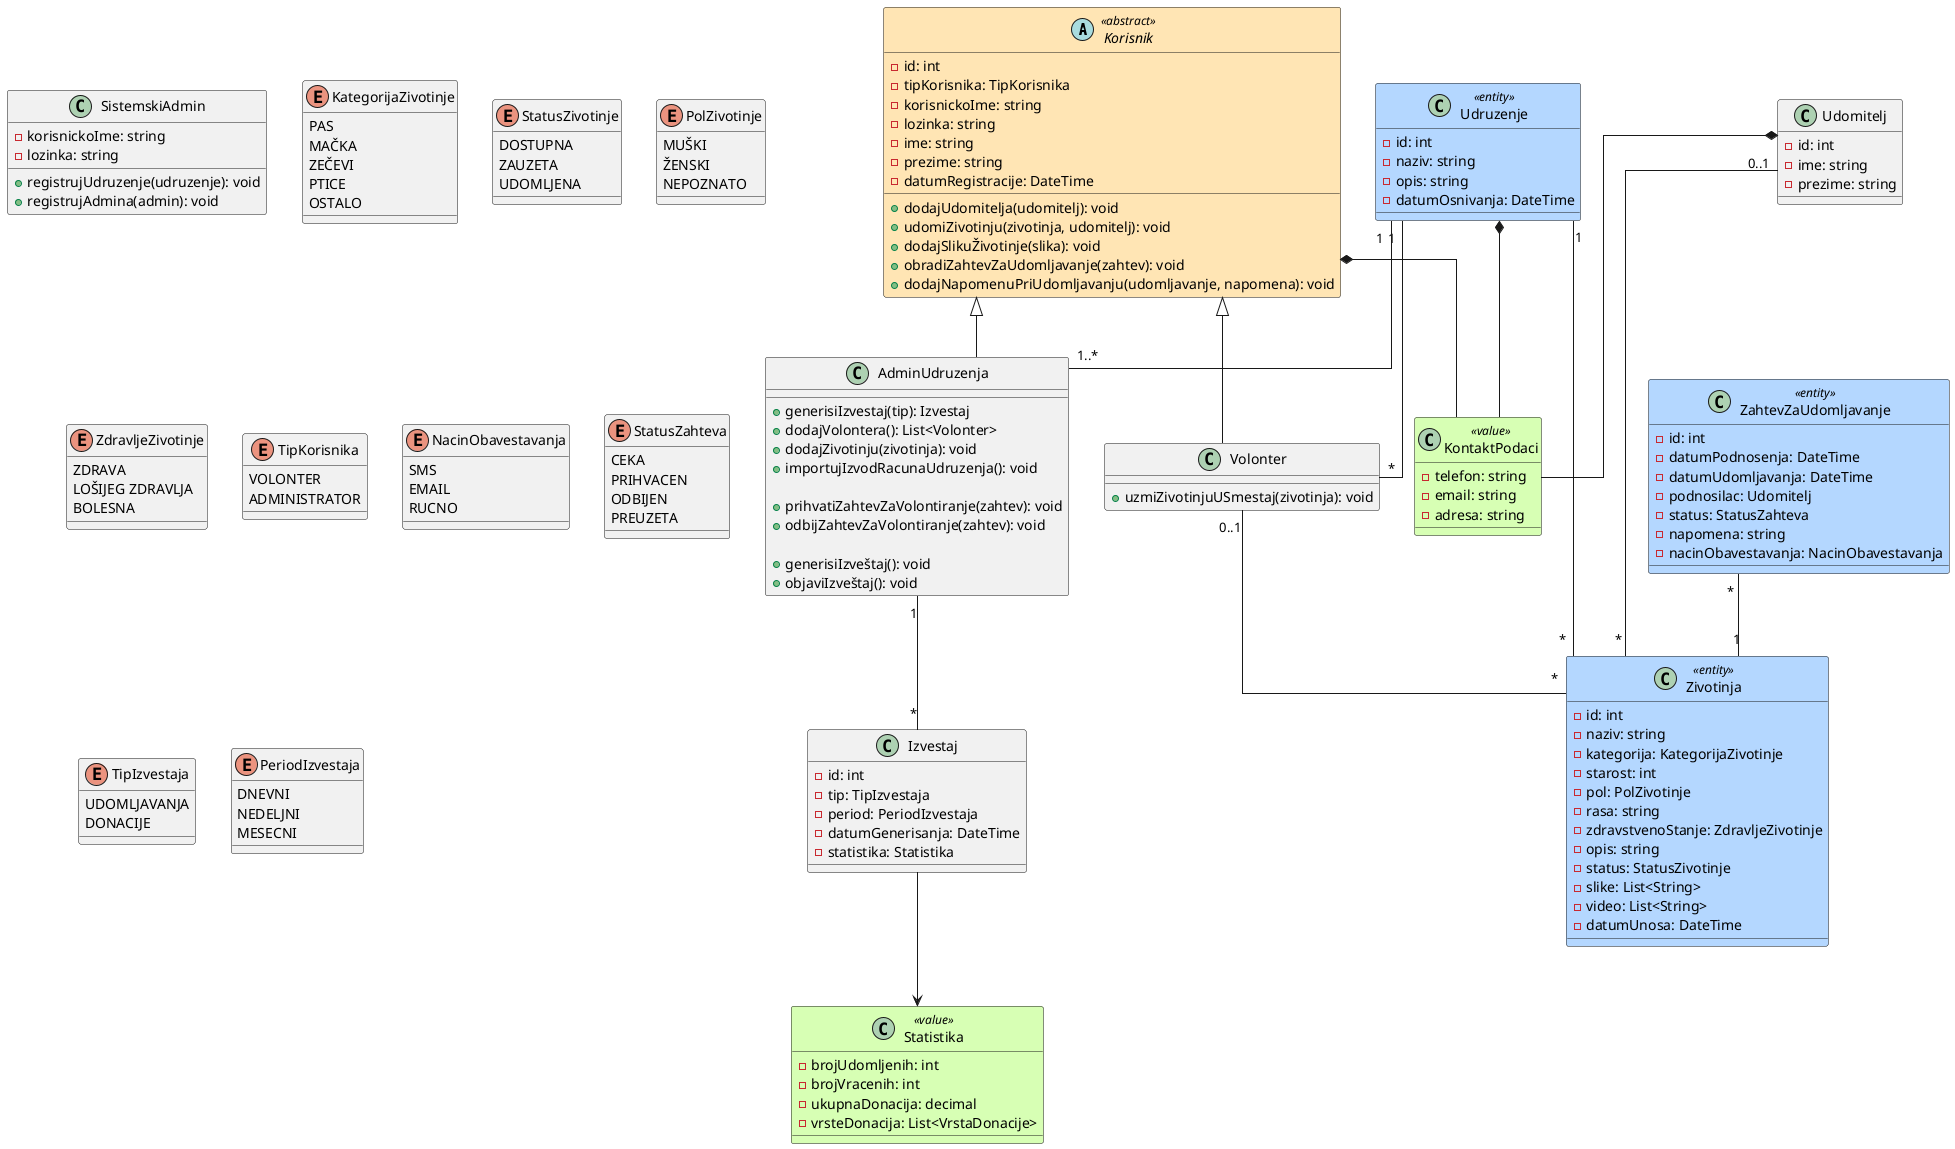
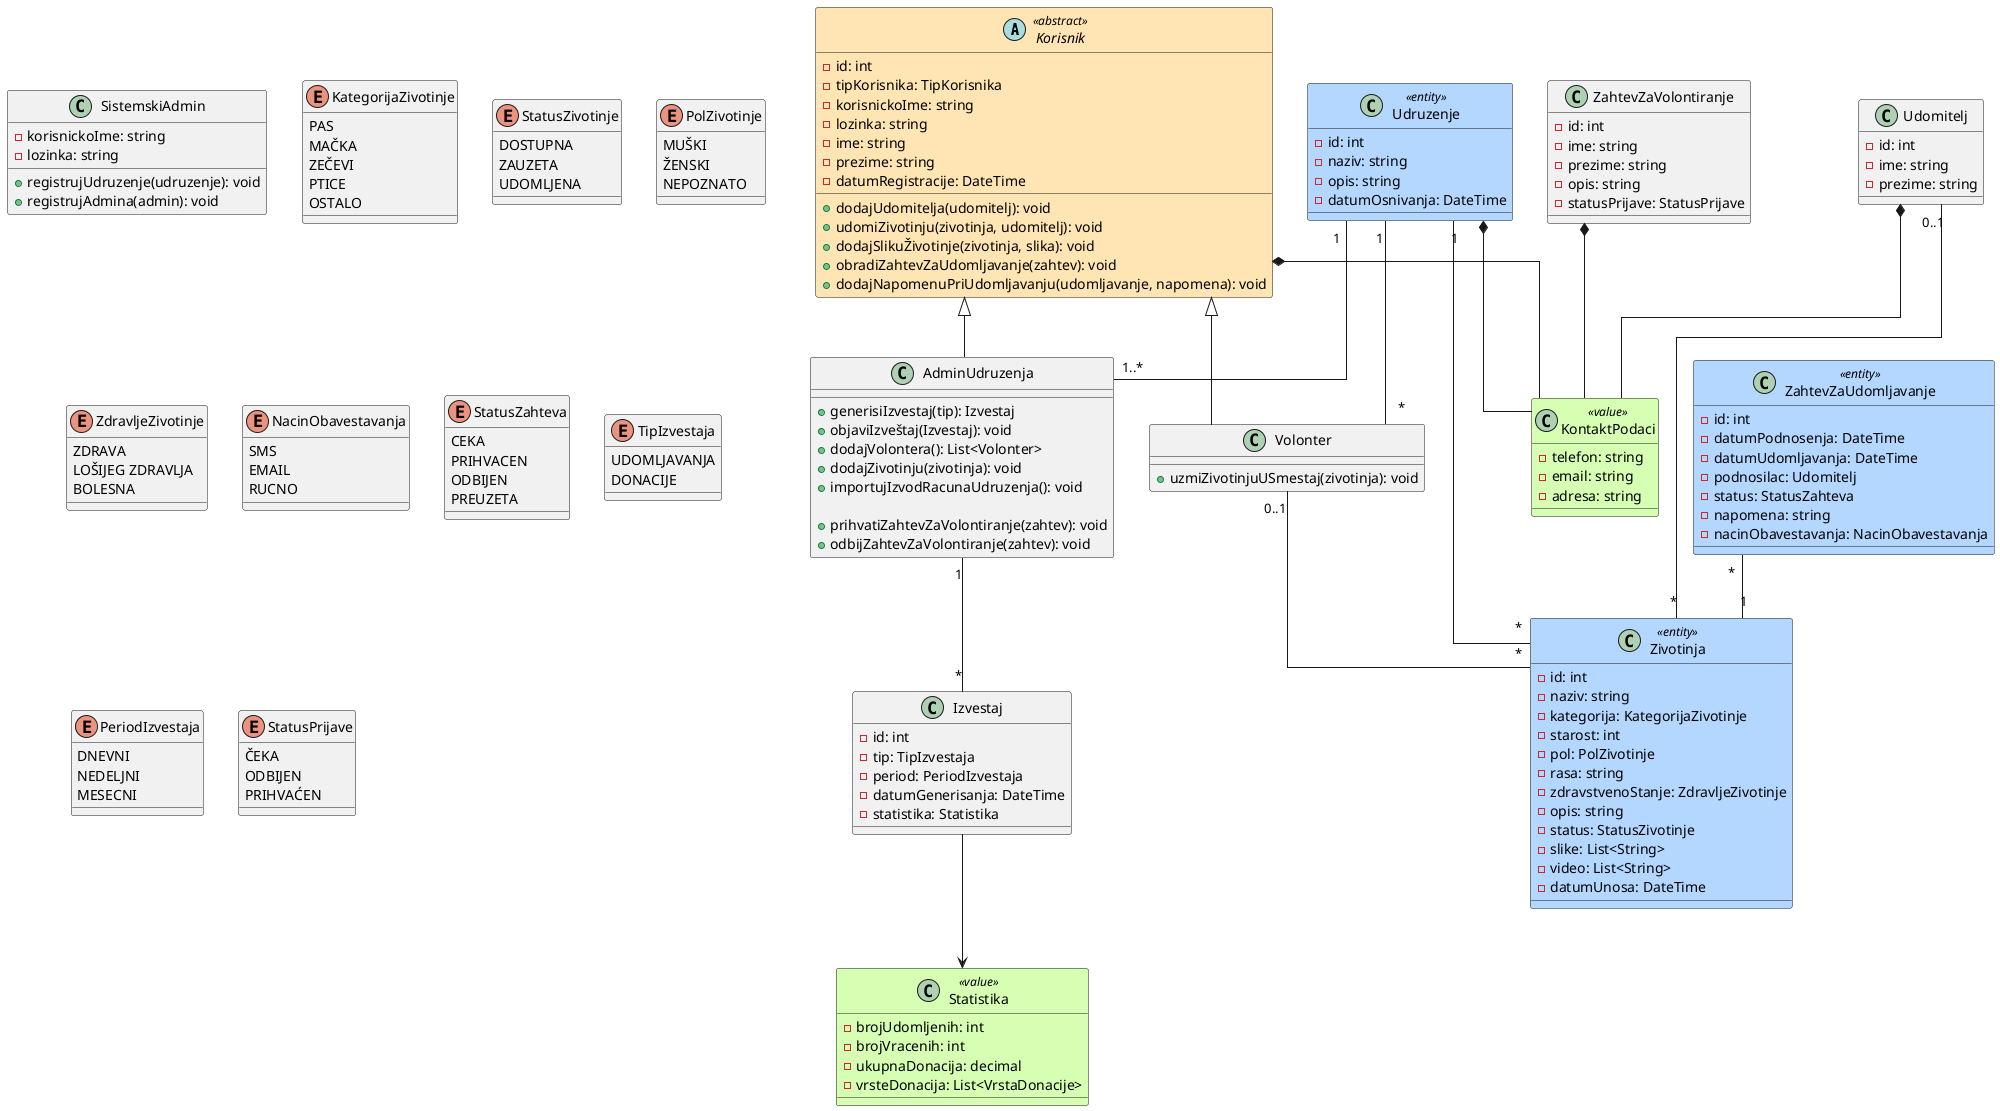
@startuml
!define ABSTRACT_COLOR #FFE5B4
!define ENTITY_COLOR #B4D7FF
!define VALUE_COLOR #D7FFB4

skinparam classBackgroundColor<<abstract>> ABSTRACT_COLOR
skinparam classBackgroundColor<<entity>> ENTITY_COLOR
skinparam classBackgroundColor<<value>> VALUE_COLOR
skinparam linetype ortho

'================ ABSTRACT =================

abstract class Korisnik <<abstract>> {
    - id: int
    - tipKorisnika: TipKorisnika
    - korisnickoIme: string
    - lozinka: string
    - ime: string
    - prezime: string
    - datumRegistracije: DateTime

    + dodajUdomitelja(udomitelj): void
    + udomiZivotinju(zivotinja, udomitelj): void
-     + dodajSlikuŽivotinje(slika): void
+     + dodajSlikuŽivotinje(zivotinja, slika): void
    + obradiZahtevZaUdomljavanje(zahtev): void
    + dodajNapomenuPriUdomljavanju(udomljavanje, napomena): void
}

'================ USERS =================

class SistemskiAdmin {
    - korisnickoIme: string
    - lozinka: string

    + registrujUdruzenje(udruzenje): void
    + registrujAdmina(admin): void
}

class AdminUdruzenja {
    + generisiIzvestaj(tip): Izvestaj
+     + objaviIzveštaj(Izvestaj): void
    + dodajVolontera(): List<Volonter>
    + dodajZivotinju(zivotinja): void
    + importujIzvodRacunaUdruzenja(): void

    + prihvatiZahtevZaVolontiranje(zahtev): void
    + odbijZahtevZaVolontiranje(zahtev): void
- 
-     + generisiIzveštaj(): void
-     + objaviIzveštaj(): void
}

class Volonter {
    + uzmiZivotinjuUSmestaj(zivotinja): void
}

class Udomitelj {
    - id: int
    - ime: string
    - prezime: string
}

'================ ENTITIES =================

class Udruzenje <<entity>> {
    - id: int
    - naziv: string
    - opis: string
    - datumOsnivanja: DateTime
}

class Zivotinja <<entity>> {
    - id: int
    - naziv: string
    - kategorija: KategorijaZivotinje
    - starost: int
    - pol: PolZivotinje
    - rasa: string
    - zdravstvenoStanje: ZdravljeZivotinje
    - opis: string
    - status: StatusZivotinje
    - slike: List<String>
    - video: List<String>
    - datumUnosa: DateTime
}

enum KategorijaZivotinje {
    PAS
    MAČKA
    ZEČEVI
    PTICE
    OSTALO
}

enum StatusZivotinje {
    DOSTUPNA
    ZAUZETA
    UDOMLJENA
}

enum PolZivotinje {
    MUŠKI
    ŽENSKI
    NEPOZNATO
}

enum ZdravljeZivotinje {
    ZDRAVA
    LOŠIJEG ZDRAVLJA
    BOLESNA
}

- enum TipKorisnika {
-     VOLONTER
-     ADMINISTRATOR
- }
- 
enum NacinObavestavanja {
    SMS
    EMAIL
    RUCNO
}

class ZahtevZaUdomljavanje <<entity>> {
    - id: int
    - datumPodnosenja: DateTime
    - datumUdomljavanja: DateTime
    - podnosilac: Udomitelj
    - status: StatusZahteva
    - napomena: string
    - nacinObavestavanja: NacinObavestavanja
}

enum StatusZahteva {
    CEKA
    PRIHVACEN
    ODBIJEN
    PREUZETA
}

class Izvestaj {
    - id: int
    - tip: TipIzvestaja
    - period: PeriodIzvestaja
    - datumGenerisanja: DateTime
    - statistika: Statistika
}

enum TipIzvestaja {
    UDOMLJAVANJA
    DONACIJE
}

enum PeriodIzvestaja {
    DNEVNI
    NEDELJNI
    MESECNI
}

class Statistika <<value>> {
    - brojUdomljenih: int
    - brojVracenih: int
    - ukupnaDonacija: decimal
    - vrsteDonacija: List<VrstaDonacije>
}

+ class ZahtevZaVolontiranje {
+     - id: int
+     - ime: string
+     - prezime: string
+     - opis: string
+     - statusPrijave: StatusPrijave
+ }
+ 
+ enum StatusPrijave {
+     ČEKA
+     ODBIJEN
+     PRIHVAĆEN
+ }
+ 
'================ VALUE OBJECTS =================

class KontaktPodaci <<value>> {
    - telefon: string
    - email: string
    - adresa: string
}

'================ RELATIONS =================

Korisnik <|-- AdminUdruzenja
Korisnik <|-- Volonter
Korisnik *-- KontaktPodaci

Udruzenje *-- KontaktPodaci
Udruzenje "1" -- "*" Zivotinja
Udruzenje "1" -- "*" Volonter
Udruzenje "1" -- "1..*" AdminUdruzenja

AdminUdruzenja "1" -- "*" Izvestaj

Volonter "0..1" -- "*" Zivotinja

Udomitelj "0..1" -- "*" Zivotinja
Udomitelj *-- KontaktPodaci

ZahtevZaUdomljavanje "*" -- "1" Zivotinja

Izvestaj --> Statistika

+ ZahtevZaVolontiranje *-- KontaktPodaci
+ 
@enduml